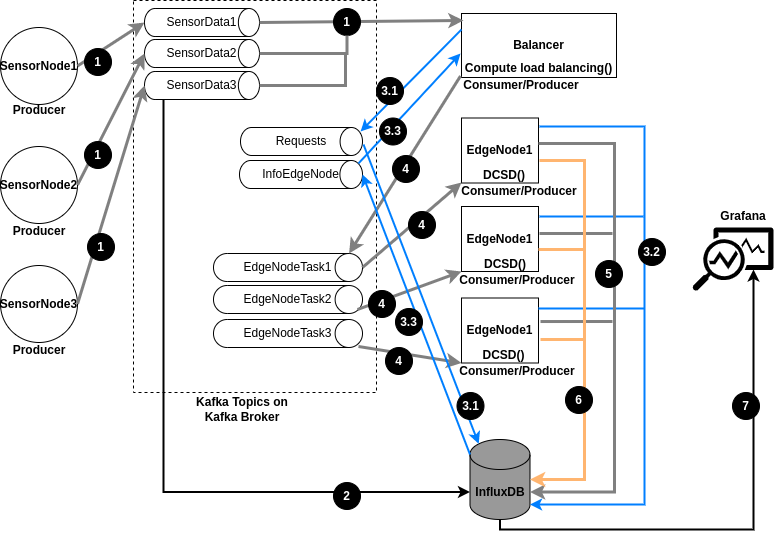
loglamo/lightweight_lb_edgecomputing keeps this draw.io diagram as SRC/figures/Untitled Diagram-experimentsetup.drawio.png. Above is the earlier version. Source tidied: cells renumbered, new cells last; positions are measured from the earlier drawing's top-left corner, leaving out a move shared by most shapes.
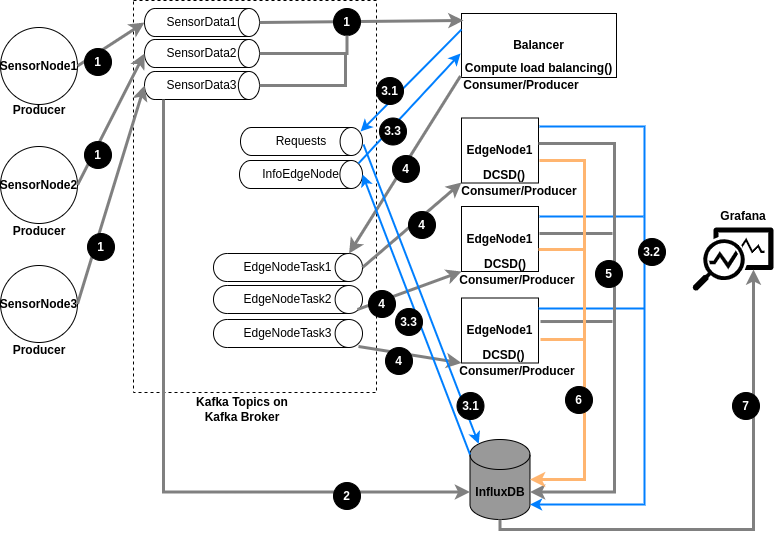
Later version of the same file.

The edit, as a diff of the source:
```diff
@@ -114,7 +114,7 @@
     <mxCell id="36" value="&lt;b&gt;InfluxDB&lt;/b&gt;" style="shape=cylinder3;whiteSpace=wrap;html=1;boundedLbl=1;backgroundOutline=1;size=15;strokeColor=#000000;strokeWidth=1;fontColor=#000000;fillColor=#999999;" parent="1" vertex="1">
       <mxGeometry x="469.5" y="439" width="60" height="80" as="geometry" />
     </mxCell>
-    <mxCell id="37" style="endArrow=classic;html=1;rounded=0;fontColor=#000000;exitX=0.165;exitY=1;exitDx=0;exitDy=0;exitPerimeter=0;strokeWidth=2;entryX=0;entryY=0;entryDx=0;entryDy=52.5;entryPerimeter=0;edgeStyle=orthogonalEdgeStyle;" parent="1" edge="1" source="12" target="36">
+    <mxCell id="37" style="endArrow=classic;html=1;rounded=0;fontColor=#000000;exitX=0.165;exitY=1;exitDx=0;exitDy=0;exitPerimeter=0;strokeWidth=3;entryX=0;entryY=0;entryDx=0;entryDy=52.5;entryPerimeter=0;edgeStyle=orthogonalEdgeStyle;strokeColor=#808080;" parent="1" edge="1" source="12" target="36">
       <mxGeometry relative="1" as="geometry" />
     </mxCell>
     <mxCell id="38" style="endArrow=classic;html=1;rounded=0;fontColor=#000000;exitX=0;exitY=0.25;exitDx=0;exitDy=0;entryX=0.984;entryY=0.143;entryDx=0;entryDy=0;entryPerimeter=0;strokeColor=#007FFF;strokeWidth=2;" parent="1" edge="1" source="18" target="13">
@@ -210,7 +210,7 @@
     <mxCell id="55" style="sketch=0;shadow=0;dashed=0;html=1;strokeColor=none;labelPosition=center;verticalLabelPosition=bottom;verticalAlign=top;align=center;fillColor=#000000;shape=mxgraph.mscae.enterprise.monitor_running_apps;labelBackgroundColor=default;strokeWidth=1;fontColor=#000000;" parent="1" vertex="1">
       <mxGeometry x="692" y="227" width="81" height="63.2" as="geometry" />
     </mxCell>
-    <mxCell id="56" style="endArrow=classic;html=1;rounded=0;strokeColor=#000000;strokeWidth=2;fontColor=#000000;exitX=0.5;exitY=1;exitDx=0;exitDy=0;exitPerimeter=0;entryX=0.753;entryY=0.665;entryDx=0;entryDy=0;entryPerimeter=0;edgeStyle=orthogonalEdgeStyle;" parent="1" edge="1" source="36" target="55">
+    <mxCell id="56" style="endArrow=classic;html=1;rounded=0;strokeColor=#808080;strokeWidth=3;fontColor=#000000;exitX=0.5;exitY=1;exitDx=0;exitDy=0;exitPerimeter=0;entryX=0.753;entryY=0.665;entryDx=0;entryDy=0;entryPerimeter=0;edgeStyle=orthogonalEdgeStyle;" parent="1" edge="1" source="36" target="55">
       <mxGeometry relative="1" as="geometry" />
     </mxCell>
     <mxCell id="57" value="&lt;b&gt;Grafana&lt;/b&gt;" style="text;html=1;strokeColor=none;fillColor=none;align=center;verticalAlign=middle;whiteSpace=wrap;rounded=0;labelBackgroundColor=default;strokeWidth=1;fontColor=#000000;" parent="1" vertex="1">
```
